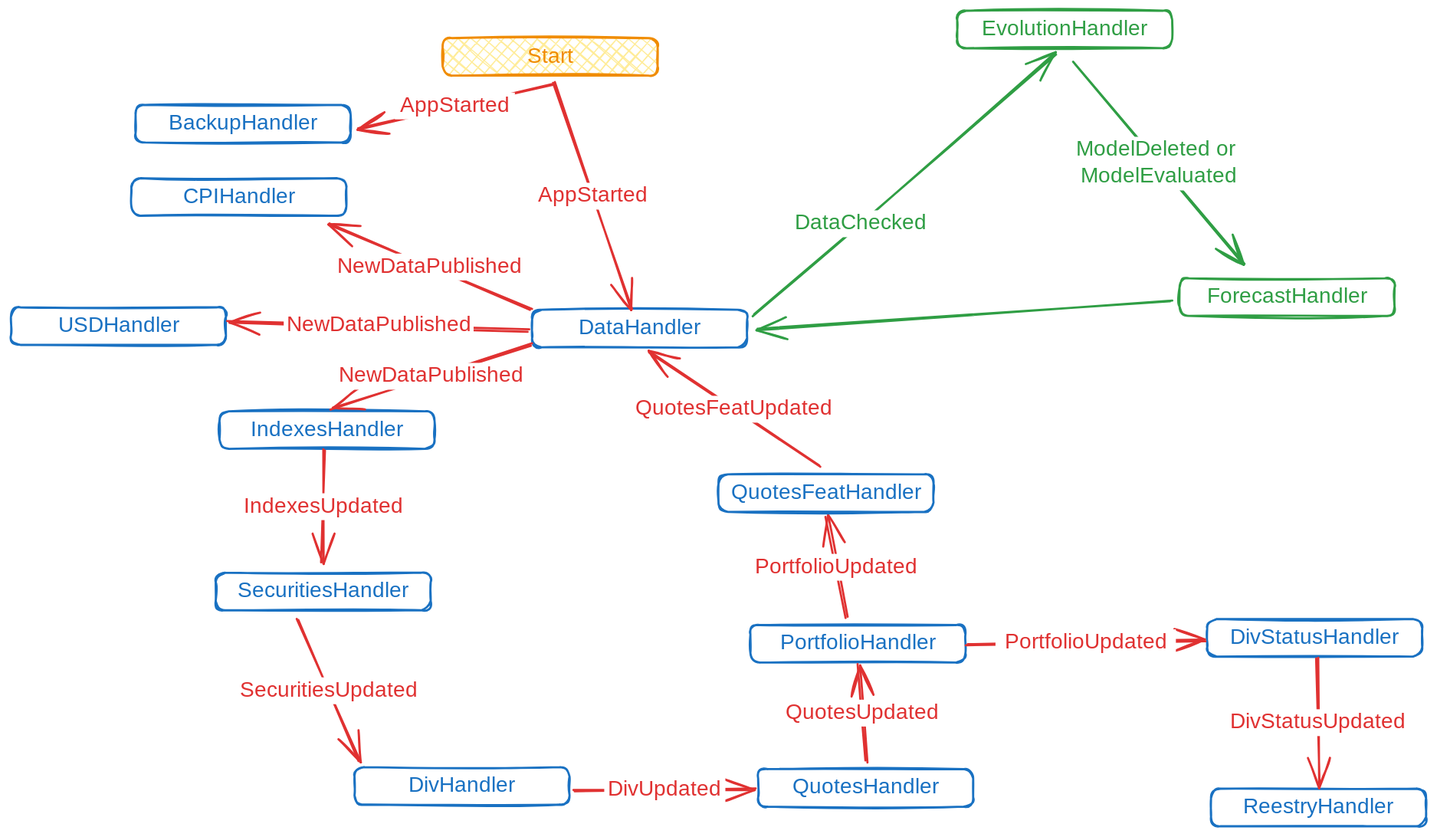
Before: docs/.excalidraw.svg, a diagram exported from Excalidraw (WLM1ke/poptimizer). Source tidied: one line per element, renumbered; positions are measured from the earlier drawing's top-left corner, leaving out a move shared by most shapes.
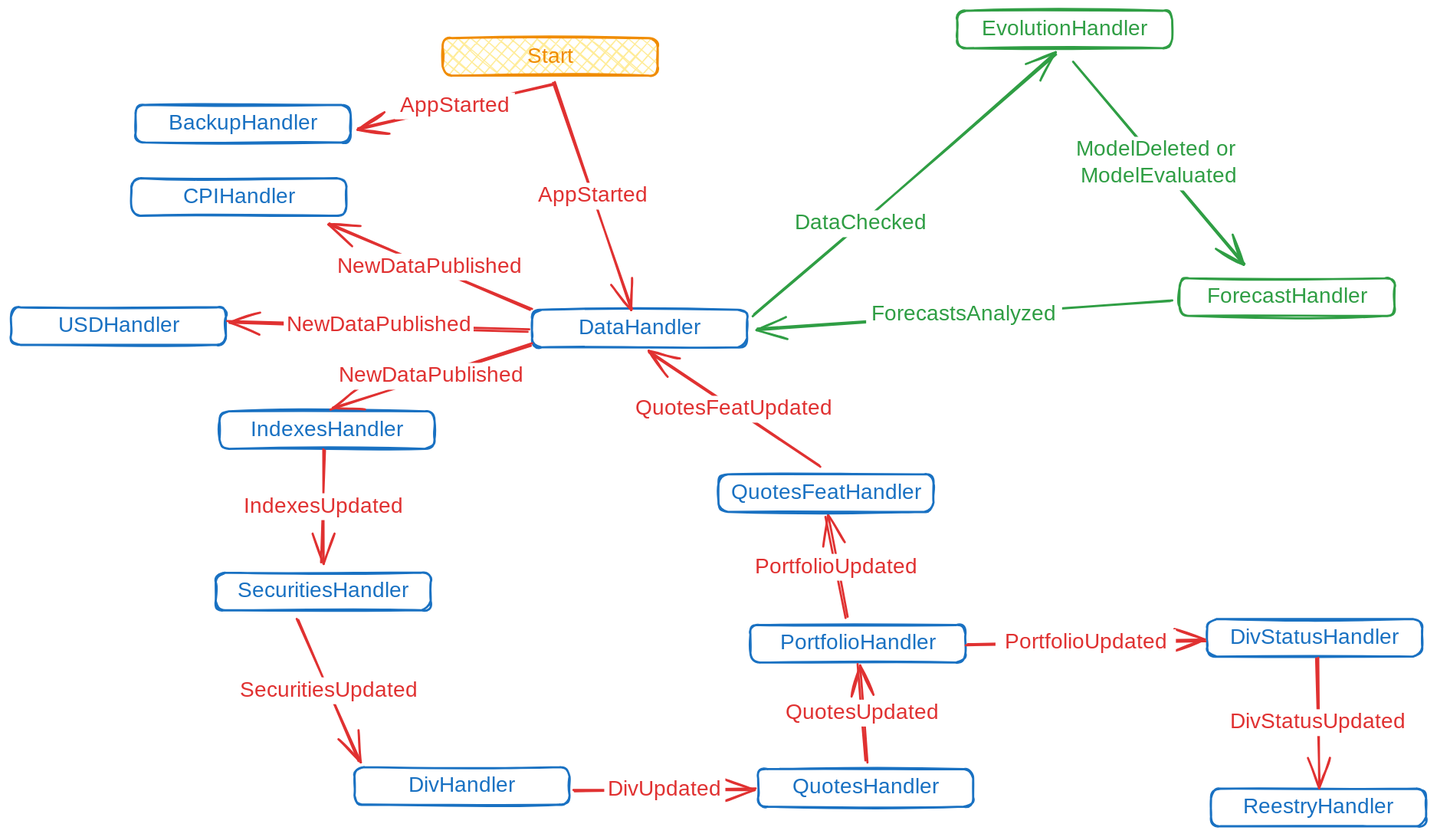
The same diagram one commit later.

Commit message:
docs: add forecast event

The edit, as a diff of the source:
```diff
@@ -55,6 +55,7 @@
 {"id": 54, "type": "arrow", "strokeColor": "#2f9e44", "strokeWidth": 2, "roughness": 1, "endArrowhead": "arrow", "round": true, "from": 2, "to": 52, "x": 991, "y": 48, "width": 159, "height": 189, "points": [[0, 0], [159, 189]]}
 {"id": 55, "type": "text", "text": "ModelDeleted or \nModelEvaluated", "strokeColor": "#2f9e44", "strokeWidth": 2, "roughness": 1, "fontSize": 20, "fontFamily": 1, "textAlign": "center", "verticalAlign": "middle", "inside": 54, "x": 939, "y": 122, "width": 170, "height": 50}
 {"id": 56, "type": "arrow", "strokeColor": "#2f9e44", "strokeWidth": 2, "roughness": 1, "endArrowhead": "arrow", "round": true, "from": 52, "to": 0, "x": 1081, "y": 270, "width": 385, "height": 26, "points": [[0, 0], [-385, 26]]}
+{"id": 61, "type": "text", "text": "ForecastsAnalyzed", "strokeColor": "#2f9e44", "strokeWidth": 2, "roughness": 1, "fontSize": 20, "fontFamily": 1, "textAlign": "center", "verticalAlign": "middle", "inside": 56, "x": 797, "y": 271, "width": 183, "height": 25}
 {"id": 57, "type": "arrow", "strokeColor": "#e03131", "strokeWidth": 2, "roughness": 1, "endArrowhead": "arrow", "round": true, "from": 59, "to": 0, "x": 754, "y": 425, "width": 160, "height": 108, "points": [[0, 0], [-160, -108]]}
 {"id": 58, "type": "text", "text": "QuotesFeatUpdated", "strokeColor": "#e03131", "strokeWidth": 2, "roughness": 1, "fontSize": 20, "fontFamily": 1, "textAlign": "center", "verticalAlign": "middle", "inside": 57, "x": 575, "y": 362, "width": 199, "height": 25}
 {"id": 59, "type": "rectangle", "strokeColor": "#1971c2", "strokeWidth": 2, "roughness": 1, "round": true, "x": 660, "y": 432, "width": 200, "height": 35}
```
